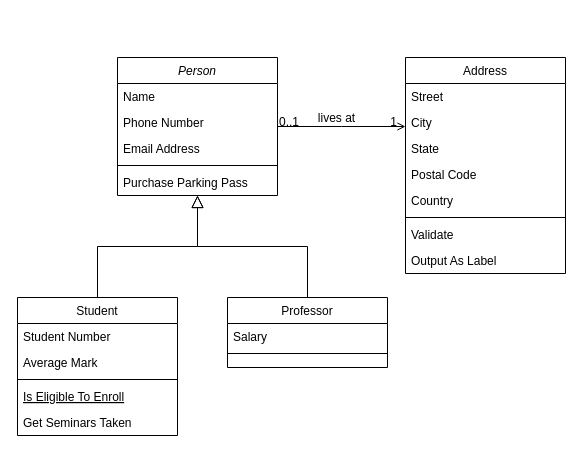
The draw.io diagram 未命名绘图.drawio in JDsen99/UML, before the edit. Source tidied: cells renumbered, new cells numbered last; positions are measured from the earlier drawing's top-left corner, leaving out a move shared by most shapes. Both pictures are drawn from the tidied source at 100%, with x=0, y=0 at pixel (17, 57).
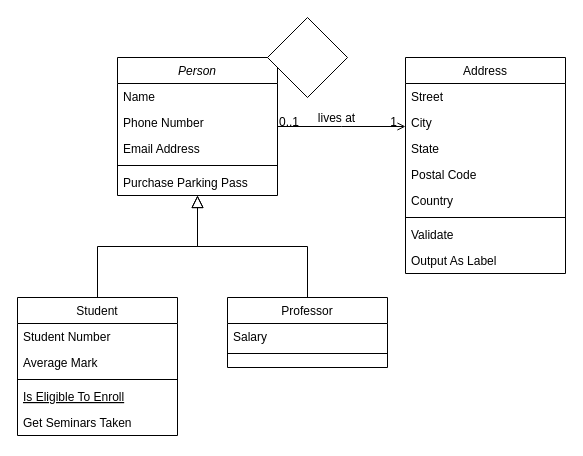
Above is the later version.

Change to the diagram source:
```diff
@@
+    <mxCell id="32" style="rhombus;whiteSpace=wrap;html=1;" parent="1" vertex="1">
+      <mxGeometry x="250" y="-40" width="80" height="80" as="geometry" />
+    </mxCell>
```
